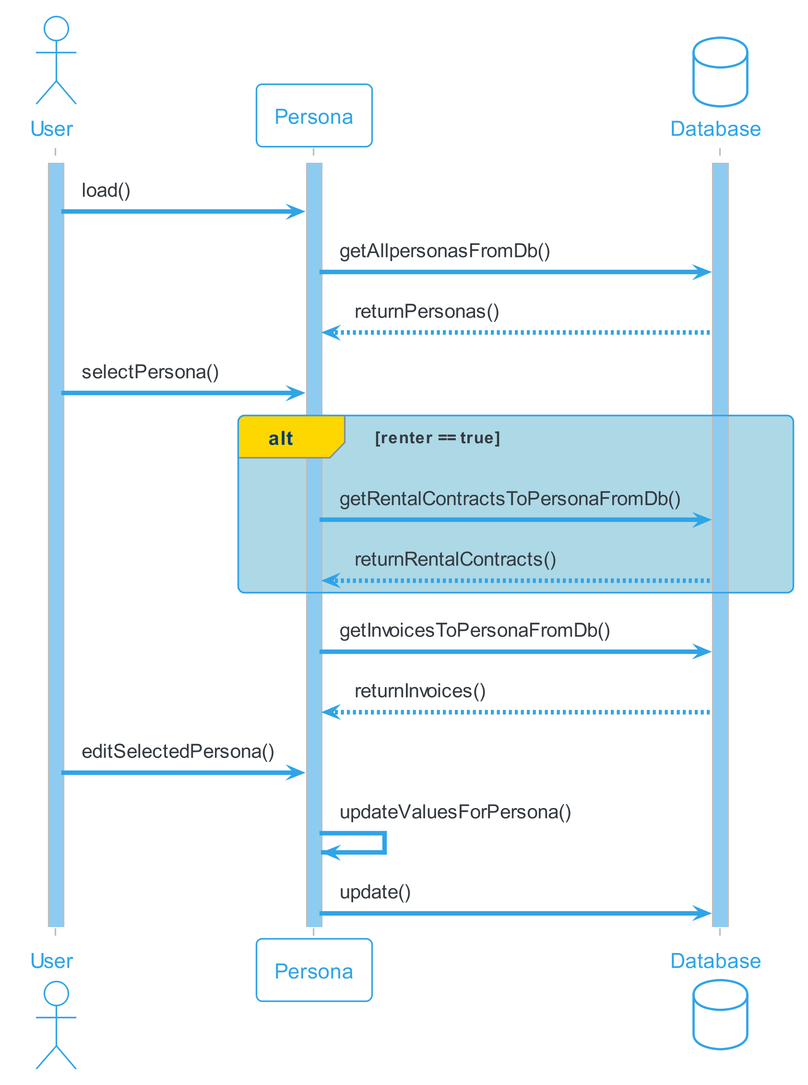
Earlier version of the PlantUML export docs/content/diagrams/out/sequenzdiagram/personAnsehen/personAnsehen.png (sirtheta/ImmoGlobal_Semesterarbeit).
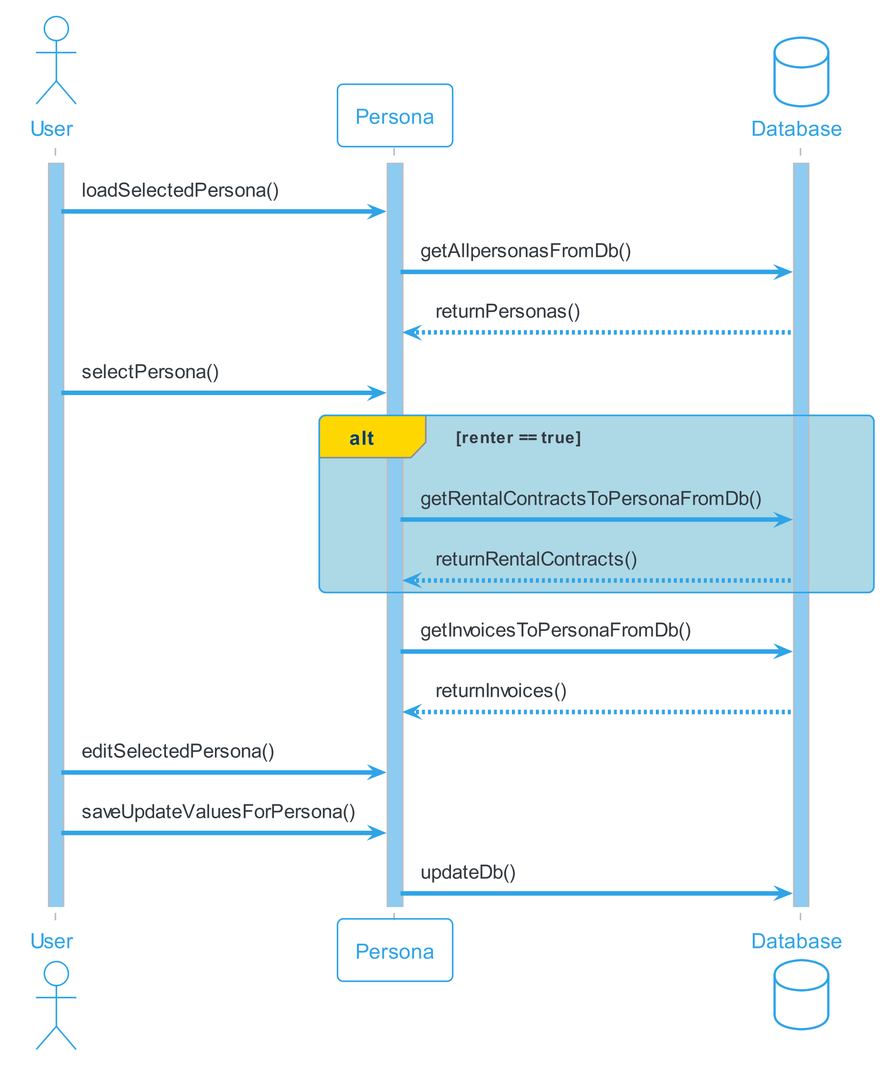
After the commit.

Diff of the diagram source:
```diff
@@ -13,7 +13,7 @@
 database Database as db
 activate db
 activate persona
-user -> persona : load()
+user -> persona : loadSelectedPersona()
 persona -> db : getAllpersonasFromDb()
 db --> persona : returnPersonas()
 user -> persona : selectPersona()
@@ -28,6 +28,6 @@
 db --> persona : returnInvoices()
 
 user -> persona : editSelectedPersona()
-persona ->persona : updateValuesForPersona()
-persona ->db : update()
+user ->persona : saveUpdateValuesForPersona()
+persona ->db : updateDb()
 @enduml
```
